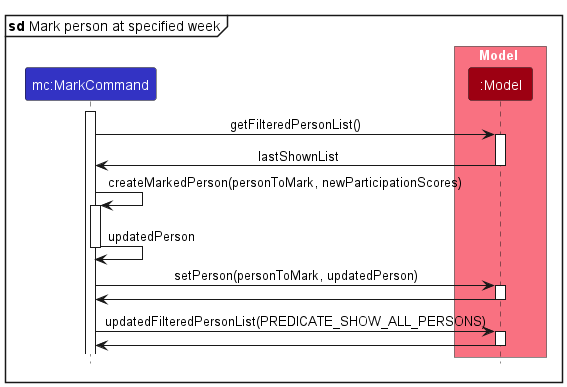
Earlier version of the PlantUML export docs/assets/dg/SDMarkParticipation.png (shamesjen/tp). The source it was exported from:
```plantuml
@startuml
!include style.puml
skinparam ArrowFontStyle plain
skinparam sequenceReferenceBackgroundColor white

mainframe: **sd** Mark person at specified week

participant "mc:MarkCommand" as MarkCommand LOGIC_COLOR

box Model MODEL_COLOR_T1
participant ":Model" as Model MODEL_COLOR
end box

activate MarkCommand

MarkCommand -> Model : getFilteredPersonList()
activate Model

Model -> MarkCommand : lastShownList
deactivate Model

MarkCommand -> MarkCommand : createMarkedPerson(personToMark, newParticipationScores)
activate MarkCommand
MarkCommand -> MarkCommand : updatedPerson
deactivate MarkCommand

MarkCommand -> Model : setPerson(personToMark, updatedPerson)
activate Model

Model -> MarkCommand
deactivate Model

MarkCommand -> Model : updatedFilteredPersonList(PREDICATE_SHOW_ALL_PERSONS)
activate Model

Model -> MarkCommand
deactivate Model

@enduml
```
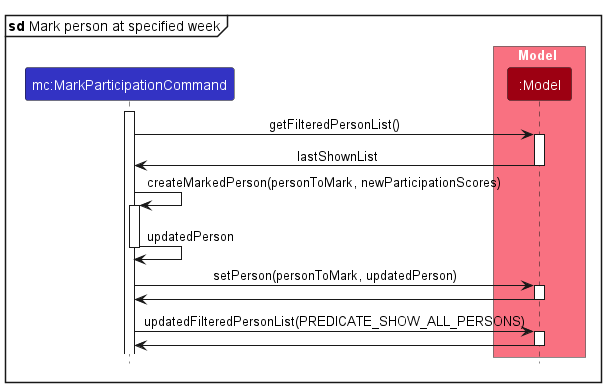
The same diagram one commit later.

What changed in the source:
```diff
@@ -5,35 +5,35 @@
 
 mainframe: **sd** Mark person at specified week
 
-participant "mc:MarkCommand" as MarkCommand LOGIC_COLOR
+participant "mc:MarkParticipationCommand" as MarkParticipationCommand LOGIC_COLOR
 
 box Model MODEL_COLOR_T1
 participant ":Model" as Model MODEL_COLOR
 end box
 
-activate MarkCommand
+activate MarkParticipationCommand
 
-MarkCommand -> Model : getFilteredPersonList()
+MarkParticipationCommand -> Model : getFilteredPersonList()
 activate Model
 
-Model -> MarkCommand : lastShownList
+Model -> MarkParticipationCommand : lastShownList
 deactivate Model
 
-MarkCommand -> MarkCommand : createMarkedPerson(personToMark, newParticipationScores)
-activate MarkCommand
-MarkCommand -> MarkCommand : updatedPerson
-deactivate MarkCommand
+MarkParticipationCommand -> MarkParticipationCommand : createMarkedPerson(personToMark, newParticipationScores)
+activate MarkParticipationCommand
+MarkParticipationCommand -> MarkParticipationCommand : updatedPerson
+deactivate MarkParticipationCommand
 
-MarkCommand -> Model : setPerson(personToMark, updatedPerson)
+MarkParticipationCommand -> Model : setPerson(personToMark, updatedPerson)
 activate Model
 
-Model -> MarkCommand
+Model -> MarkParticipationCommand
 deactivate Model
 
-MarkCommand -> Model : updatedFilteredPersonList(PREDICATE_SHOW_ALL_PERSONS)
+MarkParticipationCommand -> Model : updatedFilteredPersonList(PREDICATE_SHOW_ALL_PERSONS)
 activate Model
 
-Model -> MarkCommand
+Model -> MarkParticipationCommand
 deactivate Model
 
 @enduml
```
